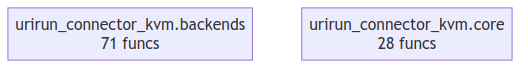
The Mermaid diagram project/compact_flow.png in if-uri/urirun-connector-kvm, before a commit. Its source is kept beside it as project/compact_flow.mmd. Its diagram source:
```mermaid
flowchart TD
    urirun_connector_kvm__backends["urirun_connector_kvm.backends<br/>71 funcs"]
    urirun_connector_kvm__core["urirun_connector_kvm.core<br/>28 funcs"]
```
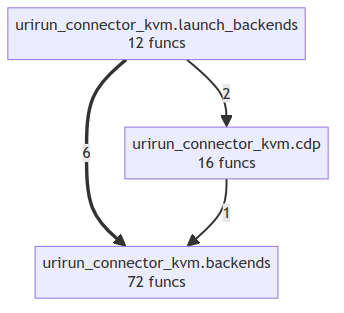
Above is the later version.

The edit, as a diff of the source:
```diff
@@ -1,3 +1,7 @@
 flowchart TD
-    urirun_connector_kvm__backends["urirun_connector_kvm.backends<br/>71 funcs"]
-    urirun_connector_kvm__core["urirun_connector_kvm.core<br/>28 funcs"]
+    urirun_connector_kvm__backends["urirun_connector_kvm.backends<br/>72 funcs"]
+    urirun_connector_kvm__cdp["urirun_connector_kvm.cdp<br/>16 funcs"]
+    urirun_connector_kvm__launch_backends["urirun_connector_kvm.launch_backends<br/>12 funcs"]
+    urirun_connector_kvm__launch_backends ==>|6| urirun_connector_kvm__backends
+    urirun_connector_kvm__launch_backends -->|2| urirun_connector_kvm__cdp
+    urirun_connector_kvm__cdp -->|1| urirun_connector_kvm__backends
```
